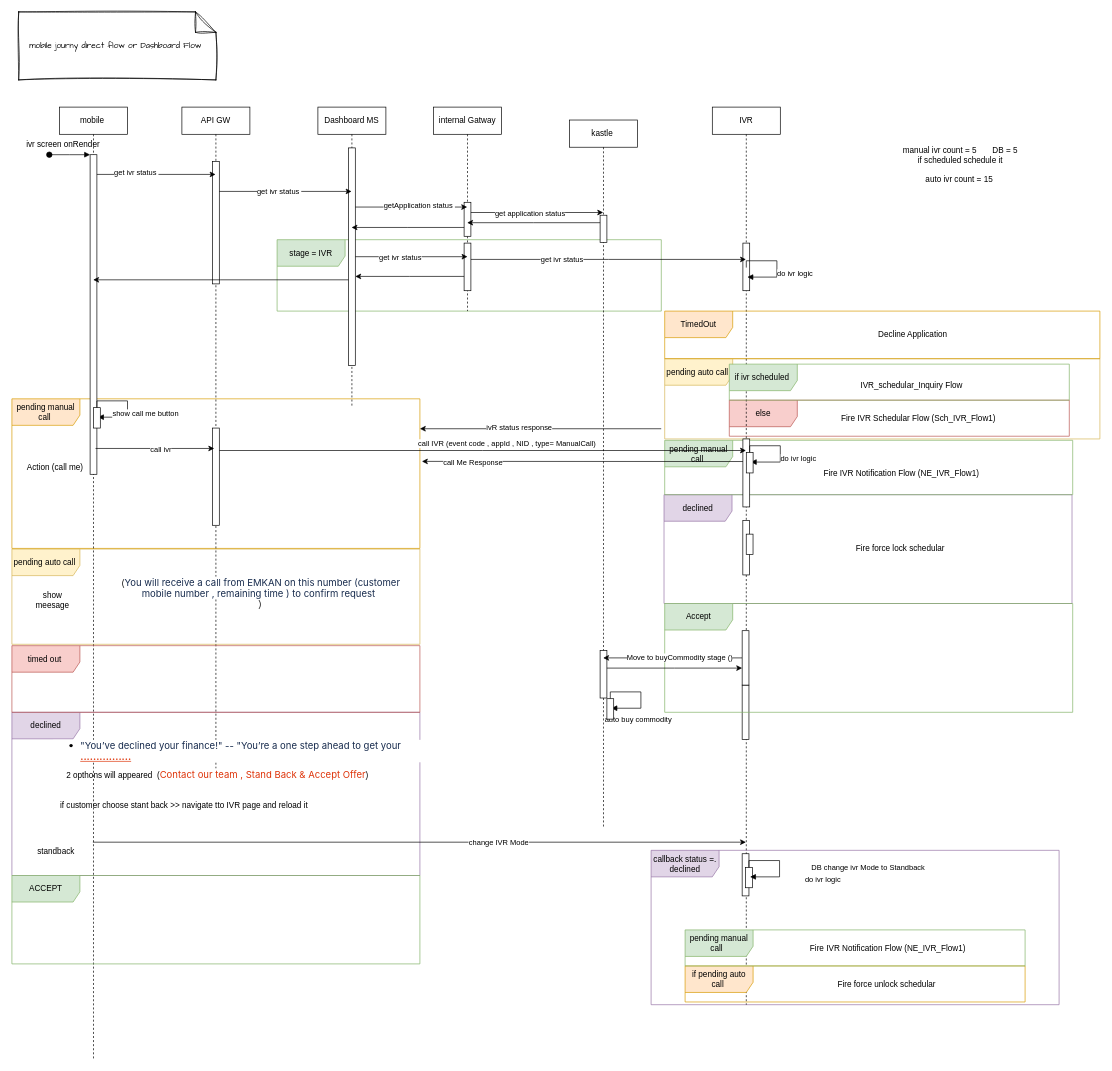
Before: page "mobile journy direct flow or Dashboard Flow" (2 of 16) of IVR2.drawio in MHosnii/DrawIo, a draw.io diagram. Source tidied: cells renumbered, new cells numbered last; positions are measured from the earlier drawing's top-left corner, leaving out a move shared by most shapes. Both pictures are drawn from the tidied source at 68%, with x=0, y=0 at pixel (12, 12).
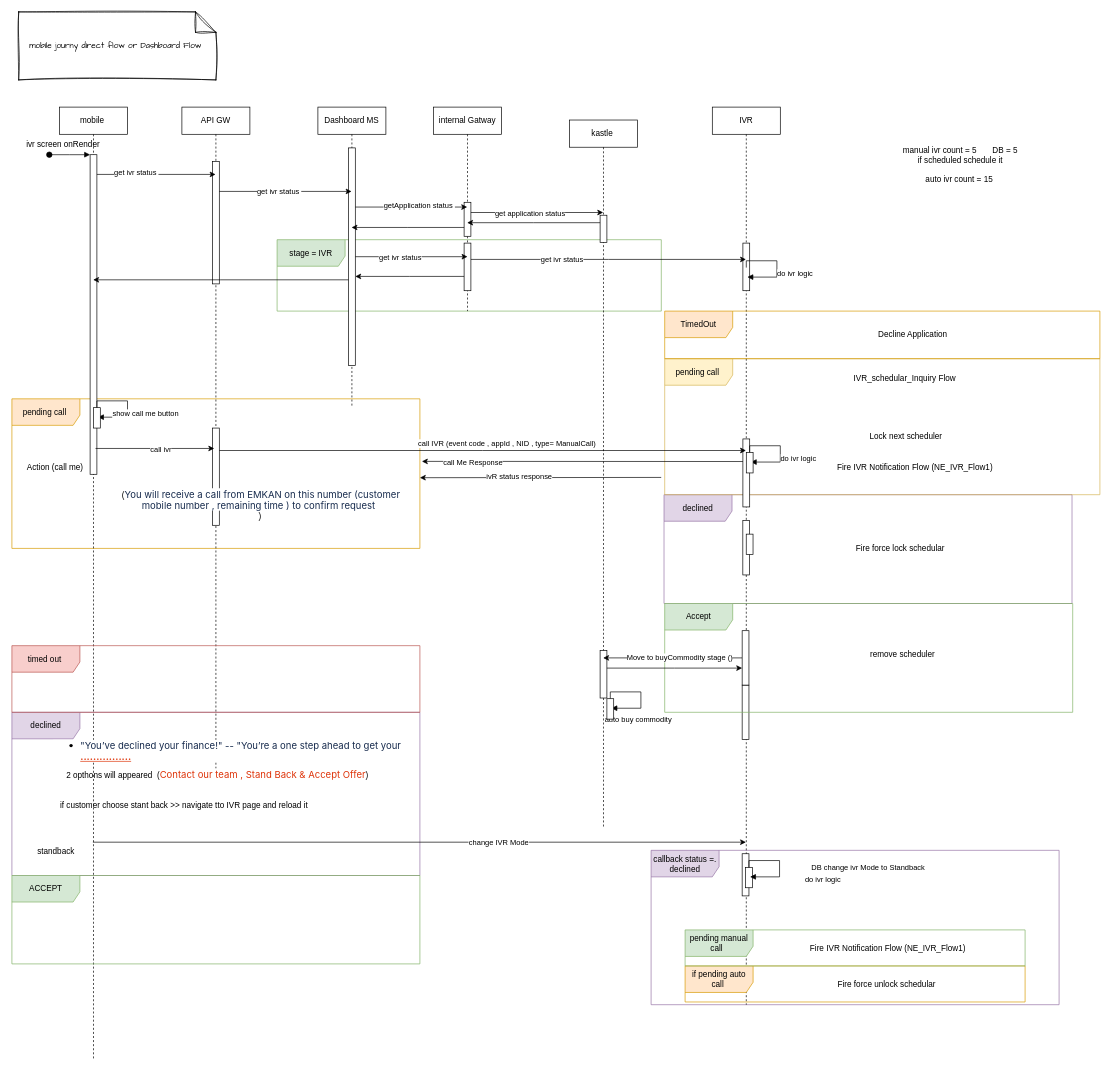
The same page after the edit.

The edit, as a diff of the source:
```diff
@@
-    <mxCell id="5" value="pending auto call&amp;nbsp;" style="shape=umlFrame;whiteSpace=wrap;html=1;width=100;height=39;fillColor=#fff2cc;strokeColor=#d6b656;" parent="1" vertex="1">
-      <mxGeometry x="960" y="510" width="640" height="118" as="geometry" />
+    <mxCell id="5" value="pending call&amp;nbsp;" style="shape=umlFrame;whiteSpace=wrap;html=1;width=100;height=39;fillColor=#fff2cc;strokeColor=#d6b656;" parent="1" vertex="1">
+      <mxGeometry x="960" y="510" width="640" height="200" as="geometry" />
     </mxCell>
-    <mxCell id="6" value="pending auto call&amp;nbsp;" style="shape=umlFrame;whiteSpace=wrap;html=1;width=100;height=39;fillColor=#fff2cc;strokeColor=#d6b656;" parent="1" vertex="1">
-      <mxGeometry y="790" width="600" height="140" as="geometry" />
-    </mxCell>
-    <mxCell id="7" value="pending manual call&amp;nbsp;" style="shape=umlFrame;whiteSpace=wrap;html=1;width=100;height=39;fillColor=#d5e8d4;strokeColor=#82b366;" parent="1" vertex="1">
-      <mxGeometry x="960" y="630" width="600" height="80" as="geometry" />
-    </mxCell>
-    <mxCell id="8" value="else" style="shape=umlFrame;whiteSpace=wrap;html=1;width=100;height=39;fillColor=#f8cecc;strokeColor=#b85450;" parent="1" vertex="1">
-      <mxGeometry x="1055" y="571" width="500" height="53" as="geometry" />
-    </mxCell>
-    <mxCell id="9" value="pending manual call&amp;nbsp;" style="shape=umlFrame;whiteSpace=wrap;html=1;width=100;height=39;fillColor=#ffe6cc;strokeColor=#d79b00;" parent="1" vertex="1">
+    <mxCell id="9" value="pending call&amp;nbsp;" style="shape=umlFrame;whiteSpace=wrap;html=1;width=100;height=39;fillColor=#ffe6cc;strokeColor=#d79b00;" parent="1" vertex="1">
       <mxGeometry y="569" width="600" height="220" as="geometry" />
     </mxCell>
@@
     <mxCell id="74" value="&amp;nbsp;(&lt;span style=&quot;color: rgb(23, 43, 77); background-color: rgb(255, 255, 255); font-family: -apple-system, BlinkMacSystemFont, &amp;quot;Segoe UI&amp;quot;, Roboto, Oxygen, Ubuntu, &amp;quot;Fira Sans&amp;quot;, &amp;quot;Droid Sans&amp;quot;, &amp;quot;Helvetica Neue&amp;quot;, sans-serif; font-size: 14px; text-align: left;&quot;&gt;You will receive a call from EMKAN on this number (customer mobile number , remaining time ) to confirm request&amp;nbsp;&lt;/span&gt;&lt;br&gt;)" style="text;html=1;align=center;verticalAlign=middle;whiteSpace=wrap;rounded=0;" parent="1" vertex="1">
-      <mxGeometry x="150" y="815" width="430" height="80" as="geometry" />
+      <mxGeometry x="150" y="685" width="430" height="80" as="geometry" />
     </mxCell>
-    <mxCell id="75" value="if ivr scheduled&amp;nbsp;" style="shape=umlFrame;whiteSpace=wrap;html=1;width=100;height=39;fillColor=#d5e8d4;strokeColor=#82b366;" parent="1" vertex="1">
-      <mxGeometry x="1055" y="518" width="500" height="53" as="geometry" />
-    </mxCell>
     <mxCell id="76" value="IVR_schedular_Inquiry Flow&amp;nbsp;" style="text;html=1;align=center;verticalAlign=middle;whiteSpace=wrap;rounded=0;" parent="1" vertex="1">
-      <mxGeometry x="1220" y="535" width="210" height="30" as="geometry" />
+      <mxGeometry x="1210" y="525" width="210" height="30" as="geometry" />
     </mxCell>
@@
     <mxCell id="78" value="&lt;ul style=&quot;margin: 10px 0px 0px; font-family: -apple-system, BlinkMacSystemFont, &amp;quot;Segoe UI&amp;quot;, Roboto, Oxygen, Ubuntu, &amp;quot;Fira Sans&amp;quot;, &amp;quot;Droid Sans&amp;quot;, &amp;quot;Helvetica Neue&amp;quot;, sans-serif; font-size: 14px; text-align: left; background-color: rgb(255, 255, 255);&quot;&gt;&lt;li style=&quot;&quot;&gt;&lt;font style=&quot;color: rgb(23, 43, 77);&quot; color=&quot;#de350b&quot;&gt;&quot;You’ve declined your finance!&quot; --&amp;nbsp;&lt;/font&gt;&lt;font color=&quot;#172b4d&quot;&gt;&quot;You’re a one step ahead to get your &lt;/font&gt;&lt;font color=&quot;#de350b&quot;&gt;&lt;b&gt;&lt;u&gt;................&lt;/u&gt;&lt;/b&gt;&lt;/font&gt;&lt;/li&gt;&lt;/ul&gt;" style="text;html=1;align=center;verticalAlign=middle;whiteSpace=wrap;rounded=0;" parent="1" vertex="1">
-      <mxGeometry x="60" y="1067" width="570" height="30" as="geometry" />
+      <mxGeometry x="60" y="1067" width="530" height="30" as="geometry" />
     </mxCell>
-    <mxCell id="79" value="Fire IVR Schedular Flow (Sch_IVR_Flow1)&amp;nbsp;" style="text;html=1;align=center;verticalAlign=middle;whiteSpace=wrap;rounded=0;" parent="1" vertex="1">
-      <mxGeometry x="1200" y="582.5" width="270" height="30" as="geometry" />
-    </mxCell>
     <mxCell id="80" value="Fire IVR Notification Flow (NE_IVR_Flow1)&amp;nbsp;" style="text;html=1;align=center;verticalAlign=middle;whiteSpace=wrap;rounded=0;" parent="1" vertex="1">
-      <mxGeometry x="1180" y="664" width="260" height="30" as="geometry" />
+      <mxGeometry x="1200" y="655" width="260" height="30" as="geometry" />
     </mxCell>
-    <mxCell id="81" value="show meesage" style="text;html=1;align=center;verticalAlign=middle;whiteSpace=wrap;rounded=0;" parent="1" vertex="1">
-      <mxGeometry x="20" y="850" width="80" height="30" as="geometry" />
-    </mxCell>
@@
+    <mxCell id="102" value="Lock next scheduler" style="text;html=1;align=center;verticalAlign=middle;whiteSpace=wrap;rounded=0;" parent="1" vertex="1">
+      <mxGeometry x="1210" y="610" width="210" height="30" as="geometry" />
+    </mxCell>
+    <mxCell id="103" value="remove scheduler" style="text;html=1;align=center;verticalAlign=middle;whiteSpace=wrap;rounded=0;" parent="1" vertex="1">
+      <mxGeometry x="1180" y="930" width="260" height="30" as="geometry" />
+    </mxCell>
```
